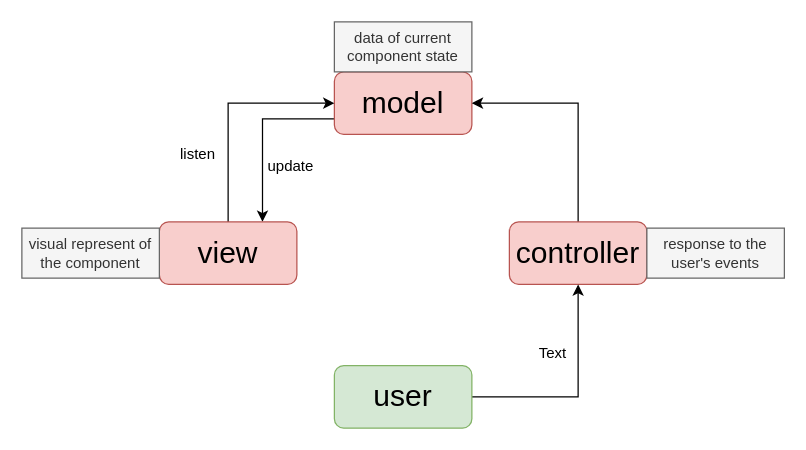
This is Untitled Diagram.drawio from yongzhixu/Uopeople, a draw.io file, before an edit. Source tidied: cells renumbered, new cells numbered last; positions are measured from the earlier drawing's top-left corner, leaving out a move shared by most shapes. Both pictures are drawn from the tidied source at 125%, with x=0, y=0 at pixel (21, 21).
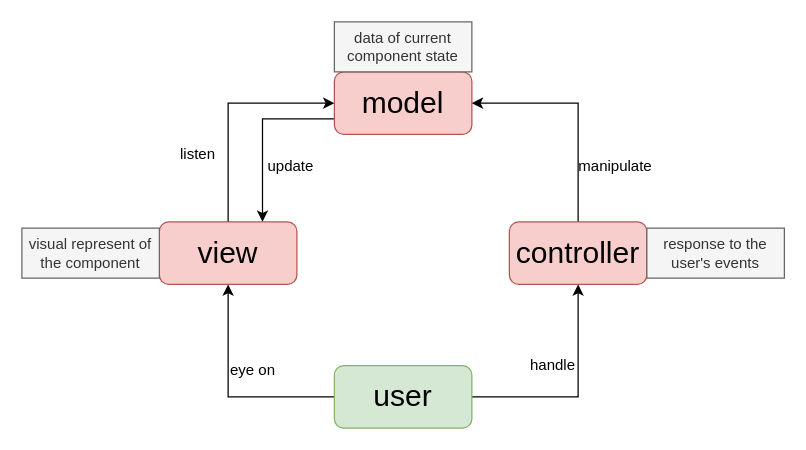
The same diagram, later.

The edit, as a diff of the source:
```diff
@@
 <mxGraphModel>
   <root>
     <mxCell id="0" />
     <mxCell id="1" parent="0" />
     <mxCell id="2" style="edgeStyle=orthogonalEdgeStyle;rounded=0;jettySize=auto;html=1;exitX=0;exitY=0.75;exitDx=0;exitDy=0;entryX=0.75;entryY=0;entryDx=0;entryDy=0;" parent="1" edge="1" source="3" target="5">
       <mxGeometry relative="1" as="geometry" />
     </mxCell>
     <mxCell id="3" value="&lt;font style=&quot;font-size: 24px&quot;&gt;model&lt;/font&gt;" style="rounded=1;whiteSpace=wrap;html=1;fillColor=#f8cecc;strokeColor=#b85450;" parent="1" vertex="1">
       <mxGeometry x="250" y="40" width="110" height="50" as="geometry" />
     </mxCell>
     <mxCell id="4" style="edgeStyle=orthogonalEdgeStyle;rounded=0;jettySize=auto;html=1;exitX=0.5;exitY=0;exitDx=0;exitDy=0;entryX=0;entryY=0.5;entryDx=0;entryDy=0;" parent="1" edge="1" source="5" target="3">
       <mxGeometry relative="1" as="geometry" />
     </mxCell>
     <mxCell id="5" value="&lt;font style=&quot;font-size: 24px&quot;&gt;view&lt;/font&gt;" style="rounded=1;whiteSpace=wrap;html=1;fillColor=#f8cecc;strokeColor=#b85450;" parent="1" vertex="1">
       <mxGeometry x="110" y="160" width="110" height="50" as="geometry" />
     </mxCell>
     <mxCell id="6" style="edgeStyle=orthogonalEdgeStyle;rounded=0;jettySize=auto;html=1;exitX=0.5;exitY=0;exitDx=0;exitDy=0;entryX=1;entryY=0.5;entryDx=0;entryDy=0;" parent="1" edge="1" source="7" target="3">
       <mxGeometry relative="1" as="geometry" />
     </mxCell>
     <mxCell id="7" value="&lt;font style=&quot;font-size: 24px&quot;&gt;controller&lt;/font&gt;" style="rounded=1;whiteSpace=wrap;html=1;fillColor=#f8cecc;strokeColor=#b85450;" parent="1" vertex="1">
       <mxGeometry x="390" y="160" width="110" height="50" as="geometry" />
     </mxCell>
     <mxCell id="8" style="edgeStyle=orthogonalEdgeStyle;rounded=0;jettySize=auto;html=1;exitX=1;exitY=0.5;exitDx=0;exitDy=0;entryX=0.5;entryY=1;entryDx=0;entryDy=0;" parent="1" edge="1" source="9" target="7">
       <mxGeometry relative="1" as="geometry" />
     </mxCell>
+    <mxCell id="16" style="edgeStyle=orthogonalEdgeStyle;rounded=0;jettySize=auto;html=1;exitX=0;exitY=0.5;exitDx=0;exitDy=0;entryX=0.5;entryY=1;entryDx=0;entryDy=0;" parent="1" edge="1" source="9" target="5">
+      <mxGeometry relative="1" as="geometry" />
+    </mxCell>
     <mxCell id="9" value="&lt;font style=&quot;font-size: 24px&quot;&gt;user&lt;/font&gt;" style="rounded=1;whiteSpace=wrap;html=1;fillColor=#d5e8d4;strokeColor=#82b366;" parent="1" vertex="1">
       <mxGeometry x="250" y="275" width="110" height="50" as="geometry" />
     </mxCell>
     <mxCell id="10" value="data of current component state" style="rounded=0;whiteSpace=wrap;html=1;fillColor=#f5f5f5;strokeColor=#666666;fontColor=#333333;" parent="1" vertex="1">
       <mxGeometry x="250" width="110" height="40" as="geometry" />
     </mxCell>
     <mxCell id="11" value="visual represent of the component" style="rounded=0;whiteSpace=wrap;html=1;fillColor=#f5f5f5;strokeColor=#666666;fontColor=#333333;" parent="1" vertex="1">
       <mxGeometry y="165" width="110" height="40" as="geometry" />
     </mxCell>
     <mxCell id="12" value="response to the user's events" style="rounded=0;whiteSpace=wrap;html=1;fillColor=#f5f5f5;strokeColor=#666666;fontColor=#333333;" parent="1" vertex="1">
       <mxGeometry x="500" y="165" width="110" height="40" as="geometry" />
     </mxCell>
-    <mxCell id="13" value="Text" style="text;html=1;strokeColor=none;fillColor=none;align=center;verticalAlign=middle;whiteSpace=wrap;rounded=0;" parent="1" vertex="1">
-      <mxGeometry x="405" y="255" width="40" height="20" as="geometry" />
+    <mxCell id="13" value="handle" style="text;html=1;strokeColor=none;fillColor=none;align=center;verticalAlign=middle;whiteSpace=wrap;rounded=0;" parent="1" vertex="1">
+      <mxGeometry x="405" y="265" width="40" height="20" as="geometry" />
     </mxCell>
     <mxCell id="14" value="listen" style="text;html=1;align=left;verticalAlign=top;spacingTop=-4;" parent="1" vertex="1">
       <mxGeometry x="125" y="96" width="40" height="20" as="geometry" />
     </mxCell>
     <mxCell id="15" value="update" style="text;html=1;align=left;verticalAlign=top;spacingTop=-4;" parent="1" vertex="1">
       <mxGeometry x="195" y="106" width="50" height="20" as="geometry" />
     </mxCell>
+    <mxCell id="17" value="manipulate" style="text;html=1;strokeColor=none;fillColor=none;align=center;verticalAlign=middle;whiteSpace=wrap;rounded=0;" parent="1" vertex="1">
+      <mxGeometry x="455" y="106" width="40" height="20" as="geometry" />
+    </mxCell>
+    <mxCell id="18" value="eye on" style="text;html=1;align=left;verticalAlign=top;spacingTop=-4;" parent="1" vertex="1">
+      <mxGeometry x="165" y="269" width="50" height="20" as="geometry" />
+    </mxCell>
   </root>
 </mxGraphModel>
```
